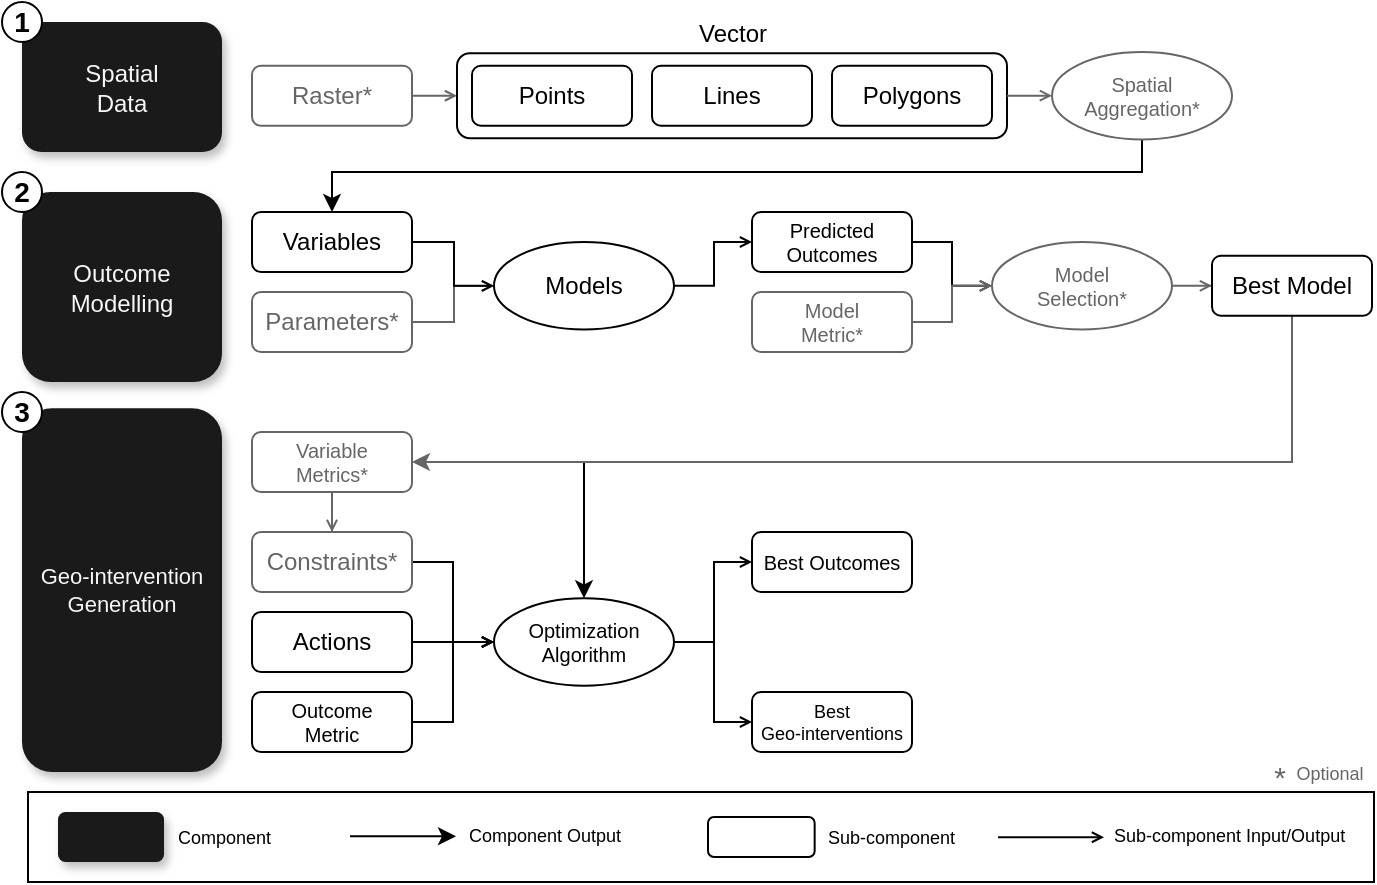
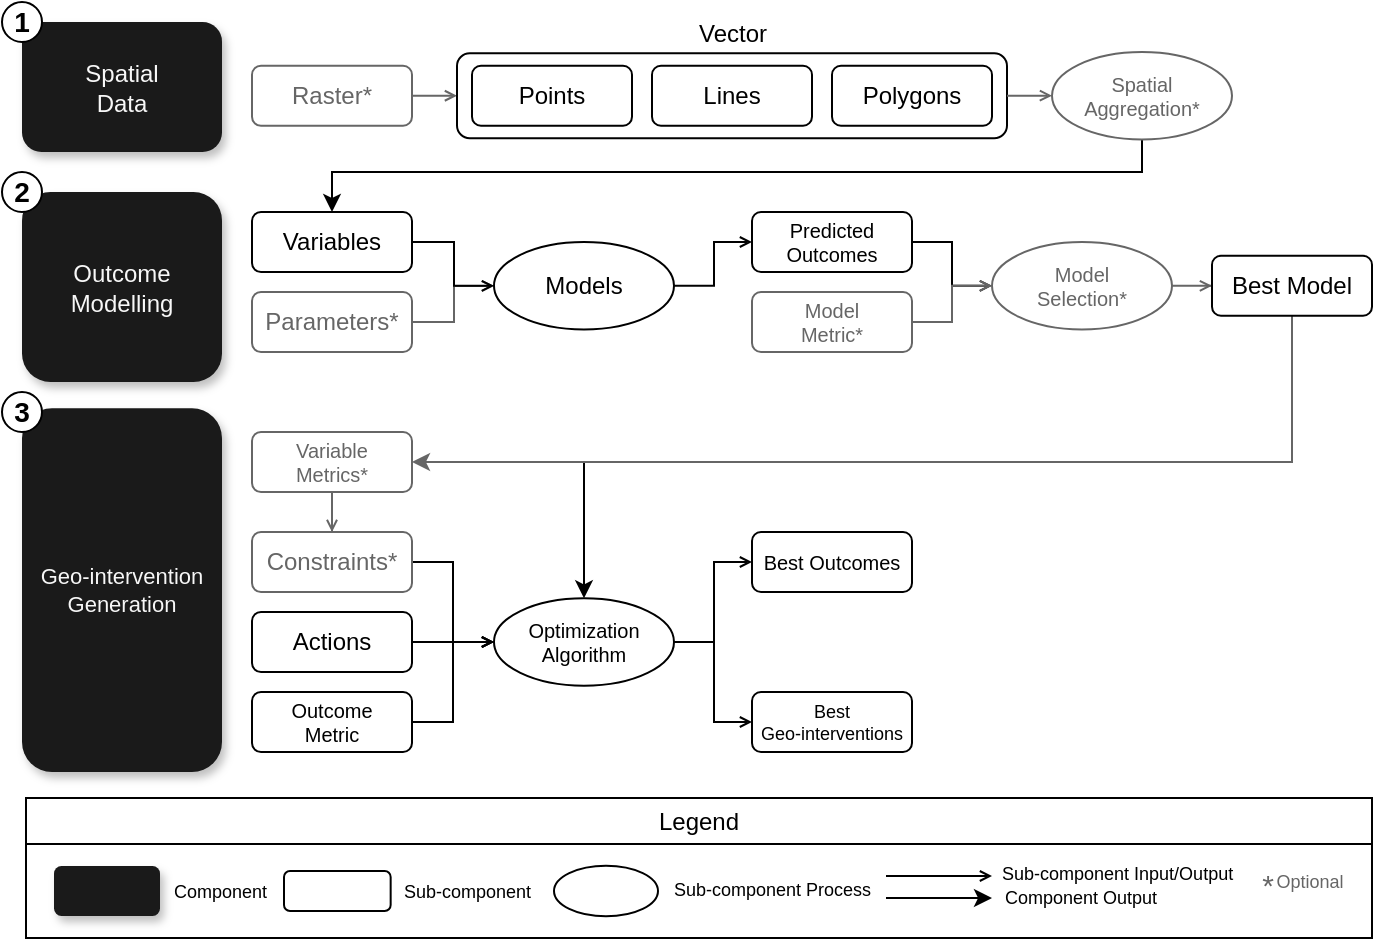
<mxfile host="Electron" agent="Mozilla/5.0 (Macintosh; Intel Mac OS X 10_15_7) AppleWebKit/537.36 (KHTML, like Gecko) draw.io/25.0.2 Chrome/128.0.6613.186 Electron/32.2.5 Safari/537.36" version="25.0.2">
  <diagram name="Page-1" id="8gdRkE0yfgIarTRspHVS">
-     <mxGraphModel dx="596" dy="399" grid="1" gridSize="5" guides="1" tooltips="1" connect="1" arrows="1" fold="1" page="1" pageScale="1" pageWidth="700" pageHeight="450" math="0" shadow="0">
+     <mxGraphModel dx="984" dy="658" grid="1" gridSize="5" guides="1" tooltips="1" connect="1" arrows="1" fold="1" page="1" pageScale="1" pageWidth="700" pageHeight="485" math="0" shadow="0">
      <root>
        <mxCell id="0" />
        <mxCell id="1" parent="0" />
        <mxCell id="zVcd5So7Ncbx6f7flit7-27" value="Variables" style="rounded=1;whiteSpace=wrap;html=1;" vertex="1" parent="1">
-           <mxGeometry x="132" y="108" width="80" height="30" as="geometry" />
+           <mxGeometry x="132" y="112" width="80" height="30" as="geometry" />
        </mxCell>
        <mxCell id="zVcd5So7Ncbx6f7flit7-43" style="rounded=0;orthogonalLoop=1;jettySize=auto;html=1;exitX=1;exitY=0.5;exitDx=0;exitDy=0;entryX=0;entryY=0.5;entryDx=0;entryDy=0;edgeStyle=orthogonalEdgeStyle;strokeColor=#666666;endArrow=open;endFill=0;endSize=4;startSize=4;" edge="1" parent="1" source="zVcd5So7Ncbx6f7flit7-28" target="zVcd5So7Ncbx6f7flit7-30">
          <mxGeometry relative="1" as="geometry">
            <Array as="points">
-               <mxPoint x="233" y="163" />
-               <mxPoint x="233" y="145" />
-               <mxPoint x="253" y="145" />
+               <mxPoint x="233" y="167" />
+               <mxPoint x="233" y="149" />
+               <mxPoint x="253" y="149" />
            </Array>
          </mxGeometry>
        </mxCell>
        <mxCell id="zVcd5So7Ncbx6f7flit7-28" value="Parameters*" style="rounded=1;whiteSpace=wrap;html=1;strokeColor=#666666;fontColor=#666666;" vertex="1" parent="1">
-           <mxGeometry x="132" y="148" width="80" height="30" as="geometry" />
+           <mxGeometry x="132" y="152" width="80" height="30" as="geometry" />
        </mxCell>
        <mxCell id="zVcd5So7Ncbx6f7flit7-45" style="edgeStyle=orthogonalEdgeStyle;rounded=0;orthogonalLoop=1;jettySize=auto;html=1;entryX=0;entryY=0.5;entryDx=0;entryDy=0;endArrow=open;endFill=0;endSize=4;startSize=4;" edge="1" parent="1" source="zVcd5So7Ncbx6f7flit7-30" target="zVcd5So7Ncbx6f7flit7-31">
          <mxGeometry relative="1" as="geometry" />
        </mxCell>
        <mxCell id="zVcd5So7Ncbx6f7flit7-30" value="Models" style="ellipse;whiteSpace=wrap;html=1;fontColor=#000000;strokeColor=#000000;fontSize=12;" vertex="1" parent="1">
-           <mxGeometry x="253" y="123.00999999999999" width="90" height="43.75" as="geometry" />
+           <mxGeometry x="253" y="127.00999999999999" width="90" height="43.75" as="geometry" />
        </mxCell>
        <mxCell id="zVcd5So7Ncbx6f7flit7-49" style="edgeStyle=orthogonalEdgeStyle;rounded=0;orthogonalLoop=1;jettySize=auto;html=1;entryX=0;entryY=0.5;entryDx=0;entryDy=0;endArrow=open;endFill=0;endSize=4;startSize=4;" edge="1" parent="1" source="zVcd5So7Ncbx6f7flit7-31" target="zVcd5So7Ncbx6f7flit7-33">
          <mxGeometry relative="1" as="geometry" />
        </mxCell>
        <mxCell id="zVcd5So7Ncbx6f7flit7-31" value="Predicted Outcomes" style="rounded=1;whiteSpace=wrap;html=1;fontSize=10;" vertex="1" parent="1">
-           <mxGeometry x="382" y="108" width="80" height="30" as="geometry" />
+           <mxGeometry x="382" y="112" width="80" height="30" as="geometry" />
        </mxCell>
        <mxCell id="zVcd5So7Ncbx6f7flit7-44" style="edgeStyle=orthogonalEdgeStyle;rounded=0;orthogonalLoop=1;jettySize=auto;html=1;entryX=0;entryY=0.5;entryDx=0;entryDy=0;endArrow=open;endFill=0;endSize=4;startSize=4;" edge="1" parent="1" source="zVcd5So7Ncbx6f7flit7-27" target="zVcd5So7Ncbx6f7flit7-30">
          <mxGeometry relative="1" as="geometry">
            <Array as="points">
-               <mxPoint x="233" y="123" />
-               <mxPoint x="233" y="145" />
+               <mxPoint x="233" y="127" />
+               <mxPoint x="233" y="149" />
            </Array>
          </mxGeometry>
        </mxCell>
        <mxCell id="zVcd5So7Ncbx6f7flit7-51" style="edgeStyle=orthogonalEdgeStyle;rounded=0;orthogonalLoop=1;jettySize=auto;html=1;entryX=0;entryY=0.5;entryDx=0;entryDy=0;strokeColor=#666666;endArrow=open;endFill=0;endSize=4;startSize=4;" edge="1" parent="1" source="zVcd5So7Ncbx6f7flit7-33" target="zVcd5So7Ncbx6f7flit7-47">
          <mxGeometry relative="1" as="geometry" />
        </mxCell>
        <mxCell id="zVcd5So7Ncbx6f7flit7-33" value="Model&lt;div&gt;Selection*&lt;/div&gt;" style="ellipse;whiteSpace=wrap;html=1;fontColor=#666666;strokeColor=#666666;fontSize=10;" vertex="1" parent="1">
-           <mxGeometry x="502" y="123.00999999999999" width="90" height="43.75" as="geometry" />
+           <mxGeometry x="502" y="127.00999999999999" width="90" height="43.75" as="geometry" />
        </mxCell>
        <mxCell id="zVcd5So7Ncbx6f7flit7-18" style="edgeStyle=orthogonalEdgeStyle;rounded=0;orthogonalLoop=1;jettySize=auto;html=1;entryX=0;entryY=0.5;entryDx=0;entryDy=0;fontColor=#666666;strokeColor=#666666;endArrow=open;endFill=0;endSize=4;startSize=4;" edge="1" parent="1" source="zVcd5So7Ncbx6f7flit7-16" target="zVcd5So7Ncbx6f7flit7-8">
          <mxGeometry relative="1" as="geometry" />
        </mxCell>
        <mxCell id="zVcd5So7Ncbx6f7flit7-16" value="Raster*" style="rounded=1;whiteSpace=wrap;html=1;strokeColor=#666666;fontColor=#666666;" vertex="1" parent="1">
-           <mxGeometry x="132" y="34.870000000000005" width="80" height="30" as="geometry" />
+           <mxGeometry x="132" y="38.870000000000005" width="80" height="30" as="geometry" />
        </mxCell>
        <mxCell id="zVcd5So7Ncbx6f7flit7-8" value="Vector" style="rounded=1;whiteSpace=wrap;html=1;glass=0;fillColor=none;verticalAlign=top;spacing=0;spacingTop=-22;align=center;fontColor=#000000;strokeColor=#000000;spacingRight=0;spacingLeft=0;" vertex="1" parent="1">
-           <mxGeometry x="234.5" y="28.620000000000005" width="275" height="42.5" as="geometry" />
+           <mxGeometry x="234.5" y="32.620000000000005" width="275" height="42.5" as="geometry" />
        </mxCell>
        <mxCell id="zVcd5So7Ncbx6f7flit7-1" value="Points" style="rounded=1;whiteSpace=wrap;html=1;" vertex="1" parent="1">
-           <mxGeometry x="242" y="34.870000000000005" width="80" height="30" as="geometry" />
+           <mxGeometry x="242" y="38.870000000000005" width="80" height="30" as="geometry" />
        </mxCell>
        <mxCell id="zVcd5So7Ncbx6f7flit7-5" value="Lines" style="rounded=1;whiteSpace=wrap;html=1;" vertex="1" parent="1">
-           <mxGeometry x="332" y="34.870000000000005" width="80" height="30" as="geometry" />
+           <mxGeometry x="332" y="38.870000000000005" width="80" height="30" as="geometry" />
        </mxCell>
        <mxCell id="zVcd5So7Ncbx6f7flit7-6" value="Polygons" style="rounded=1;whiteSpace=wrap;html=1;" vertex="1" parent="1">
-           <mxGeometry x="422" y="34.870000000000005" width="80" height="30" as="geometry" />
+           <mxGeometry x="422" y="38.870000000000005" width="80" height="30" as="geometry" />
        </mxCell>
        <mxCell id="zVcd5So7Ncbx6f7flit7-48" style="edgeStyle=orthogonalEdgeStyle;rounded=0;orthogonalLoop=1;jettySize=auto;html=1;entryX=0.5;entryY=0;entryDx=0;entryDy=0;" edge="1" parent="1" source="zVcd5So7Ncbx6f7flit7-22" target="zVcd5So7Ncbx6f7flit7-27">
          <mxGeometry relative="1" as="geometry">
            <Array as="points">
-               <mxPoint x="577" y="88" />
-               <mxPoint x="172" y="88" />
+               <mxPoint x="577" y="92" />
+               <mxPoint x="172" y="92" />
            </Array>
          </mxGeometry>
        </mxCell>
        <mxCell id="zVcd5So7Ncbx6f7flit7-22" value="Spatial&lt;div&gt;Aggregation*&lt;/div&gt;" style="ellipse;whiteSpace=wrap;html=1;fontColor=#666666;strokeColor=#666666;fontSize=10;" vertex="1" parent="1">
-           <mxGeometry x="532" y="28" width="90" height="43.75" as="geometry" />
+           <mxGeometry x="532" y="32" width="90" height="43.75" as="geometry" />
        </mxCell>
        <mxCell id="zVcd5So7Ncbx6f7flit7-25" style="edgeStyle=orthogonalEdgeStyle;rounded=0;orthogonalLoop=1;jettySize=auto;html=1;entryX=0;entryY=0.5;entryDx=0;entryDy=0;fontColor=#666666;strokeColor=#666666;endArrow=open;endFill=0;endSize=4;startSize=4;" edge="1" parent="1" source="zVcd5So7Ncbx6f7flit7-8" target="zVcd5So7Ncbx6f7flit7-22">
          <mxGeometry relative="1" as="geometry" />
        </mxCell>
        <mxCell id="zVcd5So7Ncbx6f7flit7-46" value="Model&lt;div&gt;Metric*&lt;/div&gt;" style="rounded=1;whiteSpace=wrap;html=1;fontSize=10;fontColor=#666666;strokeColor=#666666;" vertex="1" parent="1">
-           <mxGeometry x="382" y="148" width="80" height="30" as="geometry" />
+           <mxGeometry x="382" y="152" width="80" height="30" as="geometry" />
        </mxCell>
        <mxCell id="zVcd5So7Ncbx6f7flit7-59" style="edgeStyle=orthogonalEdgeStyle;rounded=0;orthogonalLoop=1;jettySize=auto;html=1;entryX=0.5;entryY=0;entryDx=0;entryDy=0;endArrow=classic;endFill=1;" edge="1" parent="1" source="zVcd5So7Ncbx6f7flit7-47" target="zVcd5So7Ncbx6f7flit7-55">
          <mxGeometry relative="1" as="geometry">
            <Array as="points">
-               <mxPoint x="652" y="233" />
-               <mxPoint x="298" y="233" />
+               <mxPoint x="652" y="237" />
+               <mxPoint x="298" y="237" />
            </Array>
          </mxGeometry>
        </mxCell>
        <mxCell id="zVcd5So7Ncbx6f7flit7-64" style="edgeStyle=orthogonalEdgeStyle;rounded=0;orthogonalLoop=1;jettySize=auto;html=1;entryX=1;entryY=0.5;entryDx=0;entryDy=0;strokeColor=#666666;endArrow=classic;endFill=1;" edge="1" parent="1" source="zVcd5So7Ncbx6f7flit7-47" target="zVcd5So7Ncbx6f7flit7-54">
          <mxGeometry relative="1" as="geometry">
            <Array as="points">
-               <mxPoint x="652" y="233" />
+               <mxPoint x="652" y="237" />
            </Array>
          </mxGeometry>
        </mxCell>
        <mxCell id="zVcd5So7Ncbx6f7flit7-47" value="Best Model" style="rounded=1;whiteSpace=wrap;html=1;" vertex="1" parent="1">
-           <mxGeometry x="612" y="129.88" width="80" height="30" as="geometry" />
+           <mxGeometry x="612" y="133.88" width="80" height="30" as="geometry" />
        </mxCell>
        <mxCell id="zVcd5So7Ncbx6f7flit7-50" style="edgeStyle=orthogonalEdgeStyle;rounded=0;orthogonalLoop=1;jettySize=auto;html=1;entryX=0;entryY=0.5;entryDx=0;entryDy=0;strokeColor=#666666;endArrow=open;endFill=0;endSize=4;startSize=4;" edge="1" parent="1" source="zVcd5So7Ncbx6f7flit7-46" target="zVcd5So7Ncbx6f7flit7-33">
          <mxGeometry relative="1" as="geometry" />
        </mxCell>
        <mxCell id="zVcd5So7Ncbx6f7flit7-60" style="edgeStyle=orthogonalEdgeStyle;rounded=0;orthogonalLoop=1;jettySize=auto;html=1;entryX=0;entryY=0.5;entryDx=0;entryDy=0;endArrow=open;endFill=0;endSize=4;startSize=4;" edge="1" parent="1" source="zVcd5So7Ncbx6f7flit7-52" target="zVcd5So7Ncbx6f7flit7-55">
          <mxGeometry relative="1" as="geometry" />
        </mxCell>
        <mxCell id="zVcd5So7Ncbx6f7flit7-52" value="Actions" style="rounded=1;whiteSpace=wrap;html=1;" vertex="1" parent="1">
-           <mxGeometry x="132" y="308" width="80" height="30" as="geometry" />
+           <mxGeometry x="132" y="312" width="80" height="30" as="geometry" />
        </mxCell>
        <mxCell id="zVcd5So7Ncbx6f7flit7-62" style="edgeStyle=orthogonalEdgeStyle;rounded=0;orthogonalLoop=1;jettySize=auto;html=1;entryX=0;entryY=0.5;entryDx=0;entryDy=0;endArrow=open;endFill=0;endSize=4;startSize=4;" edge="1" parent="1" source="zVcd5So7Ncbx6f7flit7-53" target="zVcd5So7Ncbx6f7flit7-55">
          <mxGeometry relative="1" as="geometry" />
        </mxCell>
        <mxCell id="zVcd5So7Ncbx6f7flit7-53" value="Constraints*" style="rounded=1;whiteSpace=wrap;html=1;strokeColor=#666666;fontColor=#666666;" vertex="1" parent="1">
-           <mxGeometry x="132" y="268" width="80" height="30" as="geometry" />
+           <mxGeometry x="132" y="272" width="80" height="30" as="geometry" />
        </mxCell>
        <mxCell id="zVcd5So7Ncbx6f7flit7-63" style="edgeStyle=orthogonalEdgeStyle;rounded=0;orthogonalLoop=1;jettySize=auto;html=1;entryX=0.5;entryY=0;entryDx=0;entryDy=0;fontColor=#666666;strokeColor=#666666;endArrow=open;endFill=0;endSize=4;startSize=4;" edge="1" parent="1" source="zVcd5So7Ncbx6f7flit7-54" target="zVcd5So7Ncbx6f7flit7-53">
          <mxGeometry relative="1" as="geometry" />
        </mxCell>
        <mxCell id="zVcd5So7Ncbx6f7flit7-54" value="Variable&lt;div&gt;Metrics*&lt;/div&gt;" style="rounded=1;whiteSpace=wrap;html=1;strokeColor=#666666;fontColor=#666666;fontSize=10;" vertex="1" parent="1">
-           <mxGeometry x="132" y="218" width="80" height="30" as="geometry" />
+           <mxGeometry x="132" y="222" width="80" height="30" as="geometry" />
        </mxCell>
        <mxCell id="zVcd5So7Ncbx6f7flit7-66" style="edgeStyle=orthogonalEdgeStyle;rounded=0;orthogonalLoop=1;jettySize=auto;html=1;entryX=0;entryY=0.5;entryDx=0;entryDy=0;endArrow=open;endFill=0;endSize=4;startSize=4;" edge="1" parent="1" source="zVcd5So7Ncbx6f7flit7-55" target="zVcd5So7Ncbx6f7flit7-57">
          <mxGeometry relative="1" as="geometry" />
        </mxCell>
        <mxCell id="zVcd5So7Ncbx6f7flit7-67" style="edgeStyle=orthogonalEdgeStyle;rounded=0;orthogonalLoop=1;jettySize=auto;html=1;entryX=0;entryY=0.5;entryDx=0;entryDy=0;endArrow=open;endFill=0;endSize=4;startSize=4;" edge="1" parent="1" source="zVcd5So7Ncbx6f7flit7-55" target="zVcd5So7Ncbx6f7flit7-58">
          <mxGeometry relative="1" as="geometry" />
        </mxCell>
        <mxCell id="zVcd5So7Ncbx6f7flit7-55" value="Optimization&lt;div&gt;Algorithm&lt;/div&gt;" style="ellipse;whiteSpace=wrap;html=1;fontColor=#000000;strokeColor=#000000;fontSize=10;" vertex="1" parent="1">
-           <mxGeometry x="253" y="301.13" width="90" height="43.75" as="geometry" />
+           <mxGeometry x="253" y="305.13" width="90" height="43.75" as="geometry" />
        </mxCell>
        <mxCell id="zVcd5So7Ncbx6f7flit7-65" style="edgeStyle=orthogonalEdgeStyle;rounded=0;orthogonalLoop=1;jettySize=auto;html=1;entryX=0;entryY=0.5;entryDx=0;entryDy=0;endArrow=open;endFill=0;endSize=4;startSize=4;" edge="1" parent="1" source="zVcd5So7Ncbx6f7flit7-56" target="zVcd5So7Ncbx6f7flit7-55">
          <mxGeometry relative="1" as="geometry" />
        </mxCell>
        <mxCell id="zVcd5So7Ncbx6f7flit7-56" value="Outcome&lt;div&gt;Metric&lt;/div&gt;" style="rounded=1;whiteSpace=wrap;html=1;fontSize=10;" vertex="1" parent="1">
-           <mxGeometry x="132" y="348" width="80" height="30" as="geometry" />
+           <mxGeometry x="132" y="352" width="80" height="30" as="geometry" />
        </mxCell>
        <mxCell id="zVcd5So7Ncbx6f7flit7-57" value="Best Outcomes" style="rounded=1;whiteSpace=wrap;html=1;fontSize=10;" vertex="1" parent="1">
-           <mxGeometry x="382" y="268" width="80" height="30" as="geometry" />
+           <mxGeometry x="382" y="272" width="80" height="30" as="geometry" />
        </mxCell>
        <mxCell id="zVcd5So7Ncbx6f7flit7-58" value="Best&lt;div&gt;Geo-interventions&lt;/div&gt;" style="rounded=1;whiteSpace=wrap;html=1;fontSize=9;" vertex="1" parent="1">
-           <mxGeometry x="382" y="348" width="80" height="30" as="geometry" />
+           <mxGeometry x="382" y="352" width="80" height="30" as="geometry" />
        </mxCell>
        <mxCell id="zVcd5So7Ncbx6f7flit7-68" value="Spatial&lt;div&gt;Data&lt;/div&gt;" style="rounded=1;whiteSpace=wrap;html=1;fillColor=#1A1A1A;strokeColor=none;shadow=1;fontColor=#F7F7F7;" vertex="1" parent="1">
-           <mxGeometry x="17" y="13" width="100" height="65" as="geometry" />
+           <mxGeometry x="17" y="17" width="100" height="65" as="geometry" />
        </mxCell>
        <mxCell id="zVcd5So7Ncbx6f7flit7-69" value="Outcome&lt;div&gt;Modelling&lt;/div&gt;" style="rounded=1;whiteSpace=wrap;html=1;fillColor=#1A1A1A;strokeColor=none;shadow=1;fontColor=#F7F7F7;" vertex="1" parent="1">
-           <mxGeometry x="17" y="98" width="100" height="95" as="geometry" />
+           <mxGeometry x="17" y="102" width="100" height="95" as="geometry" />
        </mxCell>
        <mxCell id="zVcd5So7Ncbx6f7flit7-70" value="1" style="ellipse;whiteSpace=wrap;html=1;aspect=fixed;fontStyle=1;fontSize=14;strokeWidth=1;" vertex="1" parent="1">
-           <mxGeometry x="7" y="3" width="20" height="20" as="geometry" />
+           <mxGeometry x="7" y="7" width="20" height="20" as="geometry" />
        </mxCell>
        <mxCell id="zVcd5So7Ncbx6f7flit7-71" value="2" style="ellipse;whiteSpace=wrap;html=1;aspect=fixed;fontStyle=1;fontSize=14;strokeWidth=1;" vertex="1" parent="1">
-           <mxGeometry x="7" y="88" width="20" height="20" as="geometry" />
+           <mxGeometry x="7" y="92" width="20" height="20" as="geometry" />
        </mxCell>
        <mxCell id="zVcd5So7Ncbx6f7flit7-72" value="Geo-intervention&lt;div&gt;Generation&lt;/div&gt;" style="rounded=1;whiteSpace=wrap;html=1;fillColor=#1A1A1A;strokeColor=none;shadow=1;fontColor=#F7F7F7;rotation=0;fontSize=11;" vertex="1" parent="1">
-           <mxGeometry x="17" y="206.13" width="100" height="181.87" as="geometry" />
+           <mxGeometry x="17" y="210.13" width="100" height="181.87" as="geometry" />
        </mxCell>
        <mxCell id="zVcd5So7Ncbx6f7flit7-73" value="3" style="ellipse;whiteSpace=wrap;html=1;aspect=fixed;fontStyle=1;fontSize=14;strokeWidth=1;" vertex="1" parent="1">
-           <mxGeometry x="7" y="198" width="20" height="20" as="geometry" />
+           <mxGeometry x="7" y="202" width="20" height="20" as="geometry" />
        </mxCell>
        <mxCell id="zVcd5So7Ncbx6f7flit7-83" value="" style="rounded=0;whiteSpace=wrap;html=1;" vertex="1" parent="1">
-           <mxGeometry x="20" y="398" width="673" height="45" as="geometry" />
+           <mxGeometry x="19" y="425" width="673" height="50" as="geometry" />
        </mxCell>
        <mxCell id="zVcd5So7Ncbx6f7flit7-89" style="edgeStyle=orthogonalEdgeStyle;rounded=0;orthogonalLoop=1;jettySize=auto;html=1;endArrow=open;endFill=0;endSize=4;startSize=4;" edge="1" parent="1">
          <mxGeometry relative="1" as="geometry">
-             <mxPoint x="505" y="420.62" as="sourcePoint" />
-             <mxPoint x="558" y="420.62" as="targetPoint" />
+             <mxPoint x="449" y="444" as="sourcePoint" />
+             <mxPoint x="502" y="444" as="targetPoint" />
          </mxGeometry>
        </mxCell>
        <mxCell id="zVcd5So7Ncbx6f7flit7-90" value="Sub-component Input/Output" style="edgeLabel;html=1;align=left;verticalAlign=middle;resizable=0;points=[];fontSize=9;" vertex="1" connectable="0" parent="zVcd5So7Ncbx6f7flit7-89">
          <mxGeometry x="0.24" y="-3" relative="1" as="geometry">
            <mxPoint x="23" y="-4" as="offset" />
          </mxGeometry>
        </mxCell>
-         <mxCell id="zVcd5So7Ncbx6f7flit7-92" value="" style="group" vertex="1" connectable="0" parent="1">
-           <mxGeometry x="360" y="410.5" width="173" height="20" as="geometry" />
+         <mxCell id="zVcd5So7Ncbx6f7flit7-95" value="" style="group" vertex="1" connectable="0" parent="1">
+           <mxGeometry x="33" y="439" width="423" height="25.140000000000043" as="geometry" />
+         </mxCell>
+         <mxCell id="zVcd5So7Ncbx6f7flit7-93" value="" style="rounded=1;whiteSpace=wrap;html=1;fillColor=#1A1A1A;strokeColor=none;shadow=1;fontColor=#F7F7F7;rotation=0;fontSize=11;" vertex="1" parent="zVcd5So7Ncbx6f7flit7-95">
+           <mxGeometry width="53" height="25" as="geometry" />
+         </mxCell>
+         <mxCell id="zVcd5So7Ncbx6f7flit7-94" value="Component" style="text;html=1;align=left;verticalAlign=middle;whiteSpace=wrap;rounded=0;fontSize=9;" vertex="1" parent="zVcd5So7Ncbx6f7flit7-95">
+           <mxGeometry x="58" y="7.5" width="115" height="10" as="geometry" />
+         </mxCell>
+         <mxCell id="zVcd5So7Ncbx6f7flit7-92" value="" style="group" vertex="1" connectable="0" parent="zVcd5So7Ncbx6f7flit7-95">
+           <mxGeometry x="115" y="2.5" width="308" height="22.640000000000043" as="geometry" />
        </mxCell>
        <mxCell id="zVcd5So7Ncbx6f7flit7-84" value="" style="rounded=1;whiteSpace=wrap;html=1;fontSize=9;align=left;spacing=0;spacingLeft=60;aspect=fixed;" vertex="1" parent="zVcd5So7Ncbx6f7flit7-92">
          <mxGeometry width="53.33" height="20" as="geometry" />
        </mxCell>
        <mxCell id="zVcd5So7Ncbx6f7flit7-91" value="Sub-component" style="text;html=1;align=left;verticalAlign=middle;whiteSpace=wrap;rounded=0;fontSize=9;" vertex="1" parent="zVcd5So7Ncbx6f7flit7-92">
          <mxGeometry x="58" y="5" width="115" height="10" as="geometry" />
        </mxCell>
-         <mxCell id="zVcd5So7Ncbx6f7flit7-95" value="" style="group" vertex="1" connectable="0" parent="1">
-           <mxGeometry x="35" y="408" width="173" height="25" as="geometry" />
-         </mxCell>
-         <mxCell id="zVcd5So7Ncbx6f7flit7-93" value="" style="rounded=1;whiteSpace=wrap;html=1;fillColor=#1A1A1A;strokeColor=none;shadow=1;fontColor=#F7F7F7;rotation=0;fontSize=11;" vertex="1" parent="zVcd5So7Ncbx6f7flit7-95">
-           <mxGeometry width="53" height="25" as="geometry" />
-         </mxCell>
-         <mxCell id="zVcd5So7Ncbx6f7flit7-94" value="Component" style="text;html=1;align=left;verticalAlign=middle;whiteSpace=wrap;rounded=0;fontSize=9;" vertex="1" parent="zVcd5So7Ncbx6f7flit7-95">
-           <mxGeometry x="58" y="7.5" width="115" height="10" as="geometry" />
+         <mxCell id="zVcd5So7Ncbx6f7flit7-105" value="" style="group" vertex="1" connectable="0" parent="zVcd5So7Ncbx6f7flit7-92">
+           <mxGeometry x="135" y="-2.6499999999999773" width="173" height="25.29000000000002" as="geometry" />
+         </mxCell>
+         <mxCell id="zVcd5So7Ncbx6f7flit7-103" value="" style="ellipse;whiteSpace=wrap;html=1;fontColor=#000000;strokeColor=#000000;fontSize=12;aspect=fixed;" vertex="1" parent="zVcd5So7Ncbx6f7flit7-105">
+           <mxGeometry width="52" height="25.29" as="geometry" />
+         </mxCell>
+         <mxCell id="zVcd5So7Ncbx6f7flit7-104" value="Sub-component Process" style="text;html=1;align=left;verticalAlign=middle;whiteSpace=wrap;rounded=0;fontSize=9;" vertex="1" parent="zVcd5So7Ncbx6f7flit7-105">
+           <mxGeometry x="58" y="7.639999999999986" width="115" height="10" as="geometry" />
        </mxCell>
        <mxCell id="zVcd5So7Ncbx6f7flit7-97" style="rounded=0;orthogonalLoop=1;jettySize=auto;html=1;" edge="1" parent="1">
          <mxGeometry relative="1" as="geometry">
-             <mxPoint x="181" y="420.12" as="sourcePoint" />
-             <mxPoint x="234" y="420.12" as="targetPoint" />
+             <mxPoint x="449" y="454.99999999999994" as="sourcePoint" />
+             <mxPoint x="502" y="454.99999999999994" as="targetPoint" />
          </mxGeometry>
        </mxCell>
        <mxCell id="zVcd5So7Ncbx6f7flit7-98" value="Component Output" style="edgeLabel;html=1;align=center;verticalAlign=middle;resizable=0;points=[];fontSize=9;" vertex="1" connectable="0" parent="zVcd5So7Ncbx6f7flit7-97">
          <mxGeometry x="0.1282" y="-2" relative="1" as="geometry">
            <mxPoint x="67" y="-2" as="offset" />
          </mxGeometry>
        </mxCell>
        <mxCell id="zVcd5So7Ncbx6f7flit7-100" value="&lt;font&gt;Optional&lt;/font&gt;" style="text;html=1;align=center;verticalAlign=middle;whiteSpace=wrap;rounded=0;fontSize=9;fontColor=#666666;" vertex="1" parent="1">
-           <mxGeometry x="650" y="381" width="42" height="15" as="geometry" />
+           <mxGeometry x="640" y="439" width="42" height="15" as="geometry" />
        </mxCell>
        <mxCell id="zVcd5So7Ncbx6f7flit7-101" value="&lt;span&gt;*&lt;/span&gt;" style="text;html=1;align=center;verticalAlign=middle;whiteSpace=wrap;rounded=0;fontSize=15;fontColor=#666666;" vertex="1" parent="1">
-           <mxGeometry x="641" y="382" width="10" height="15" as="geometry" />
+           <mxGeometry x="635" y="440" width="10" height="15" as="geometry" />
+         </mxCell>
+         <mxCell id="zVcd5So7Ncbx6f7flit7-108" value="Legend" style="rounded=0;whiteSpace=wrap;html=1;" vertex="1" parent="1">
+           <mxGeometry x="19" y="405" width="673" height="23" as="geometry" />
        </mxCell>
      </root>
    </mxGraphModel>
  </diagram>
</mxfile>
